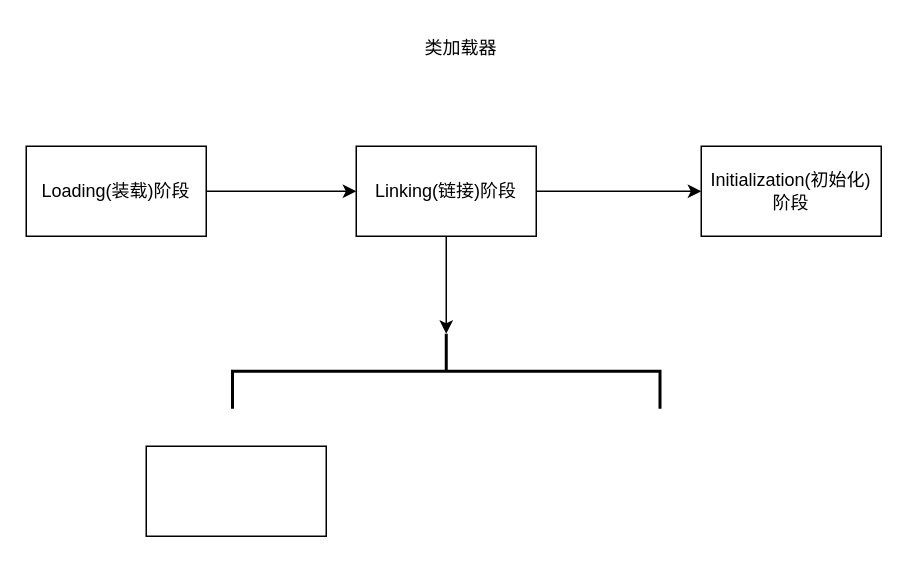
The draw.io diagram page "类加载器" (2 of 2) of jvm.drawio in rea-leaf/diagrams-data, before the edit. Source tidied: cells renumbered, new cells numbered last; positions are measured from the earlier drawing's top-left corner, leaving out a move shared by most shapes. Both pictures are drawn from the tidied source at 150%, with x=0, y=0 at pixel (26, 26).
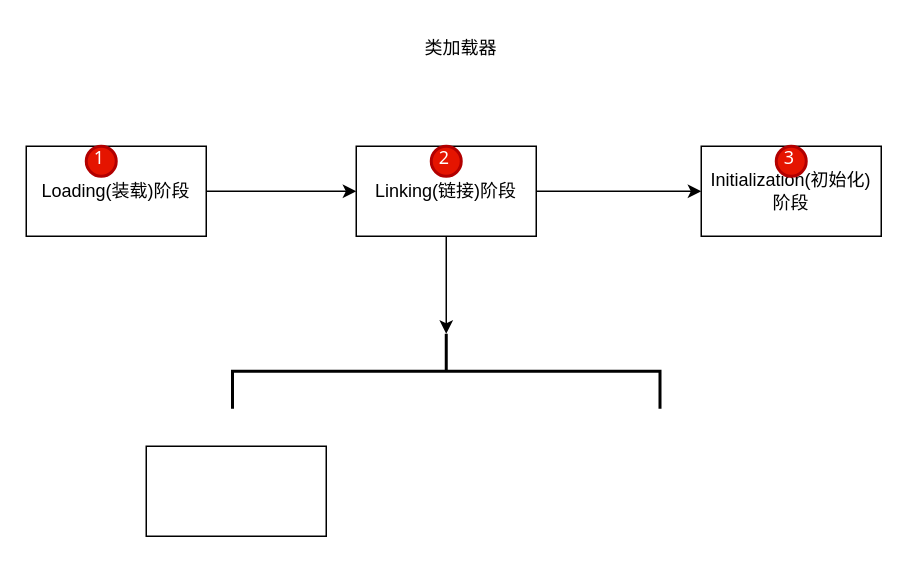
The same diagram, later.

Commit message:
更新jvm-类加载器.drawio

The edit, as a diff of the source:
```diff
@@
 <mxGraphModel>
   <root>
     <mxCell id="0" />
     <mxCell id="1" parent="0" />
     <mxCell id="2" style="edgeStyle=orthogonalEdgeStyle;rounded=0;jettySize=auto;html=1;" parent="1" edge="1" source="3" target="7">
       <mxGeometry relative="1" as="geometry" />
     </mxCell>
     <mxCell id="3" value="Loading(装载)阶段" style="rounded=0;whiteSpace=wrap;html=1;" parent="1" vertex="1">
       <mxGeometry y="80" width="120" height="60" as="geometry" />
     </mxCell>
     <mxCell id="4" value="类加载器" style="text;html=1;strokeColor=none;fillColor=none;align=center;verticalAlign=middle;whiteSpace=wrap;rounded=0;" parent="1" vertex="1">
       <mxGeometry x="260" width="60" height="30" as="geometry" />
     </mxCell>
     <mxCell id="5" style="edgeStyle=orthogonalEdgeStyle;rounded=0;jettySize=auto;html=1;" parent="1" edge="1" source="7" target="8">
       <mxGeometry relative="1" as="geometry" />
     </mxCell>
     <mxCell id="6" style="edgeStyle=orthogonalEdgeStyle;rounded=0;jettySize=auto;html=1;" parent="1" edge="1" source="7" target="9">
       <mxGeometry relative="1" as="geometry" />
     </mxCell>
     <mxCell id="7" value="Linking(链接)阶段" style="whiteSpace=wrap;html=1;rounded=0;" parent="1" vertex="1">
       <mxGeometry x="220" y="80" width="120" height="60" as="geometry" />
     </mxCell>
     <mxCell id="8" value="Initialization(初始化)阶段" style="whiteSpace=wrap;html=1;rounded=0;" parent="1" vertex="1">
       <mxGeometry x="450" y="80" width="120" height="60" as="geometry" />
     </mxCell>
     <mxCell id="9" style="strokeWidth=2;html=1;shape=mxgraph.flowchart.annotation_2;align=left;labelPosition=right;rotation=90;" parent="1" vertex="1">
       <mxGeometry x="255" y="87.5" width="50" height="285" as="geometry" />
     </mxCell>
     <mxCell id="10" style="rounded=0;whiteSpace=wrap;html=1;" parent="1" vertex="1">
       <mxGeometry x="80" y="280" width="120" height="60" as="geometry" />
     </mxCell>
+    <mxCell id="11" value="1" style="ellipse;whiteSpace=wrap;html=1;strokeWidth=2;fontFamily=Tahoma;spacingBottom=4;spacingRight=2;strokeColor=#B20000;fillColor=#e51400;fontColor=#ffffff;" parent="1" vertex="1">
+      <mxGeometry x="40" y="80" width="20" height="20" as="geometry" />
+    </mxCell>
+    <mxCell id="12" value="2" style="ellipse;whiteSpace=wrap;html=1;strokeWidth=2;fontFamily=Tahoma;spacingBottom=4;spacingRight=2;strokeColor=#B20000;fillColor=#e51400;fontColor=#ffffff;" parent="1" vertex="1">
+      <mxGeometry x="270" y="80" width="20" height="20" as="geometry" />
+    </mxCell>
+    <mxCell id="13" value="3" style="ellipse;whiteSpace=wrap;html=1;strokeWidth=2;fontFamily=Tahoma;spacingBottom=4;spacingRight=2;strokeColor=#B20000;fillColor=#e51400;fontColor=#ffffff;" parent="1" vertex="1">
+      <mxGeometry x="500" y="80" width="20" height="20" as="geometry" />
+    </mxCell>
   </root>
 </mxGraphModel>
```
